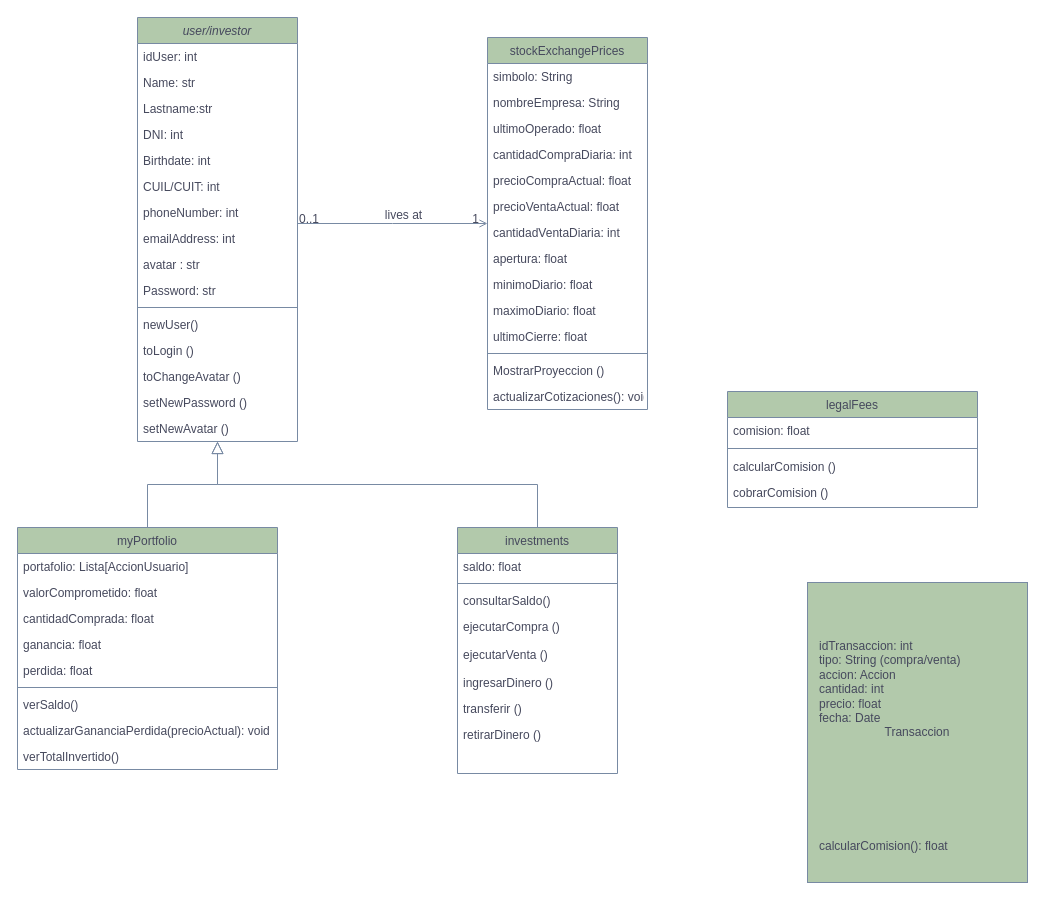
This is Documentación/Diagrama de clases.drawio from INNOVAcodersISPC/ARGBroker, a draw.io file, before an edit. Source tidied: cells renumbered, new cells numbered last; positions are measured from the earlier drawing's top-left corner, leaving out a move shared by most shapes. Both pictures are drawn from the tidied source at 100%, with x=0, y=0 at pixel (17, 17).
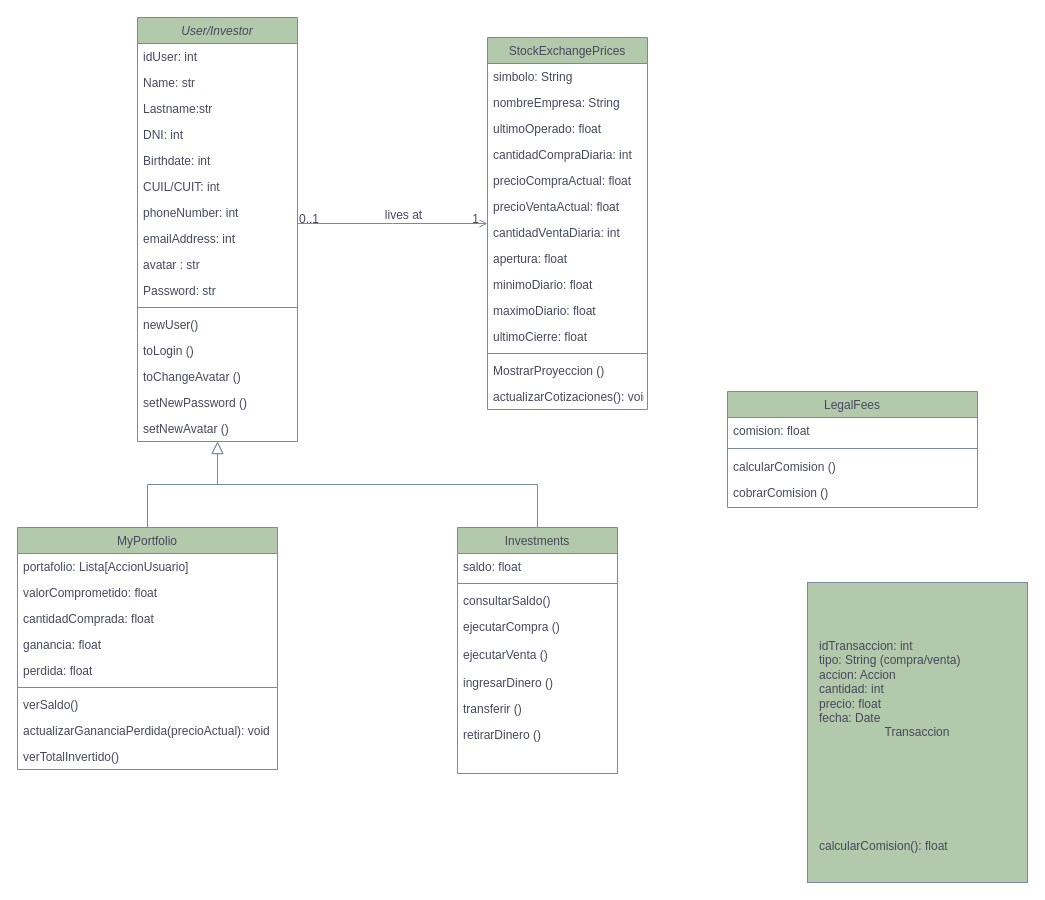
Above is the later version.

The edit, as a diff of the source:
```diff
@@
-    <mxCell id="2" value="user/investor" style="swimlane;fontStyle=2;align=center;verticalAlign=top;horizontal=1;startSize=26;rounded=0;shadow=0;strokeWidth=1;fillColor=#B2C9AB;strokeColor=#788AA3;labelBackgroundColor=none;fontColor=#46495D;" parent="1" vertex="1">
+    <mxCell id="2" value="User/Investor" style="swimlane;fontStyle=2;align=center;verticalAlign=top;horizontal=1;startSize=26;rounded=0;shadow=0;strokeWidth=1;fillColor=#B2C9AB;strokeColor=#788AA3;labelBackgroundColor=none;fontColor=#46495D;" parent="1" vertex="1">
       <mxGeometry x="120" width="160" height="424" as="geometry" />
     </mxCell>
@@
-    <mxCell id="19" value="investments" style="swimlane;fontStyle=0;align=center;verticalAlign=top;horizontal=1;startSize=26;rounded=0;shadow=0;strokeWidth=1;labelBackgroundColor=none;fillColor=#B2C9AB;strokeColor=#788AA3;fontColor=#46495D;" parent="1" vertex="1">
+    <mxCell id="19" value="Investments" style="swimlane;fontStyle=0;align=center;verticalAlign=top;horizontal=1;startSize=26;rounded=0;shadow=0;strokeWidth=1;labelBackgroundColor=none;fillColor=#B2C9AB;strokeColor=#788AA3;fontColor=#46495D;" parent="1" vertex="1">
       <mxGeometry x="440" y="510" width="160" height="246" as="geometry" />
     </mxCell>
@@
-    <mxCell id="29" value="myPortfolio" style="swimlane;fontStyle=0;align=center;verticalAlign=top;horizontal=1;startSize=26;rounded=0;shadow=0;strokeWidth=1;labelBackgroundColor=none;fillColor=#B2C9AB;strokeColor=#788AA3;fontColor=#46495D;" parent="1" vertex="1">
+    <mxCell id="29" value="MyPortfolio" style="swimlane;fontStyle=0;align=center;verticalAlign=top;horizontal=1;startSize=26;rounded=0;shadow=0;strokeWidth=1;labelBackgroundColor=none;fillColor=#B2C9AB;strokeColor=#788AA3;fontColor=#46495D;" parent="1" vertex="1">
       <mxGeometry y="510" width="260" height="242" as="geometry" />
     </mxCell>
@@
-    <mxCell id="40" value="stockExchangePrices" style="swimlane;fontStyle=0;align=center;verticalAlign=top;horizontal=1;startSize=26;rounded=0;shadow=0;strokeWidth=1;labelBackgroundColor=none;fillColor=#B2C9AB;strokeColor=#788AA3;fontColor=#46495D;" parent="1" vertex="1">
+    <mxCell id="40" value="StockExchangePrices" style="swimlane;fontStyle=0;align=center;verticalAlign=top;horizontal=1;startSize=26;rounded=0;shadow=0;strokeWidth=1;labelBackgroundColor=none;fillColor=#B2C9AB;strokeColor=#788AA3;fontColor=#46495D;" parent="1" vertex="1">
       <mxGeometry x="470" y="20" width="160" height="372" as="geometry" />
     </mxCell>
@@
-    <mxCell id="62" value="legalFees" style="swimlane;fontStyle=0;align=center;verticalAlign=top;horizontal=1;startSize=26;rounded=0;shadow=0;strokeWidth=1;labelBackgroundColor=none;fillColor=#B2C9AB;strokeColor=#788AA3;fontColor=#46495D;" parent="1" vertex="1">
+    <mxCell id="62" value="LegalFees" style="swimlane;fontStyle=0;align=center;verticalAlign=top;horizontal=1;startSize=26;rounded=0;shadow=0;strokeWidth=1;labelBackgroundColor=none;fillColor=#B2C9AB;strokeColor=#788AA3;fontColor=#46495D;" parent="1" vertex="1">
       <mxGeometry x="710" y="374" width="250" height="116" as="geometry" />
     </mxCell>
```
